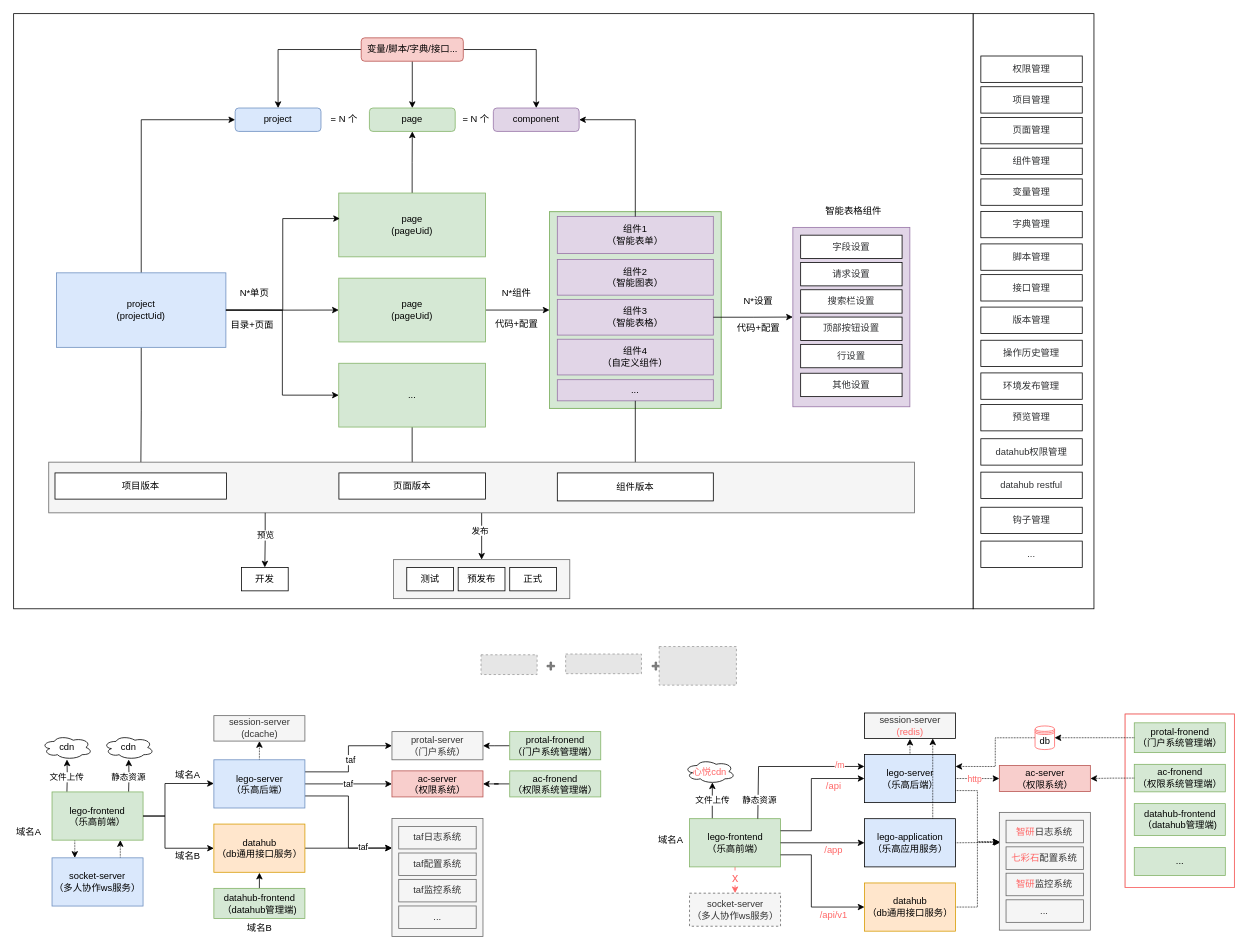
This is lego.drawio from axtrur/resource, a draw.io file, before an edit. Source tidied: cells renumbered, new cells numbered last; positions are measured from the earlier drawing's top-left corner, leaving out a move shared by most shapes. Both pictures are drawn from the tidied source at 78%, with x=0, y=0 at pixel (13, 13). Pictures stored in the file or linked from it are replaced by grey dashed boxes.
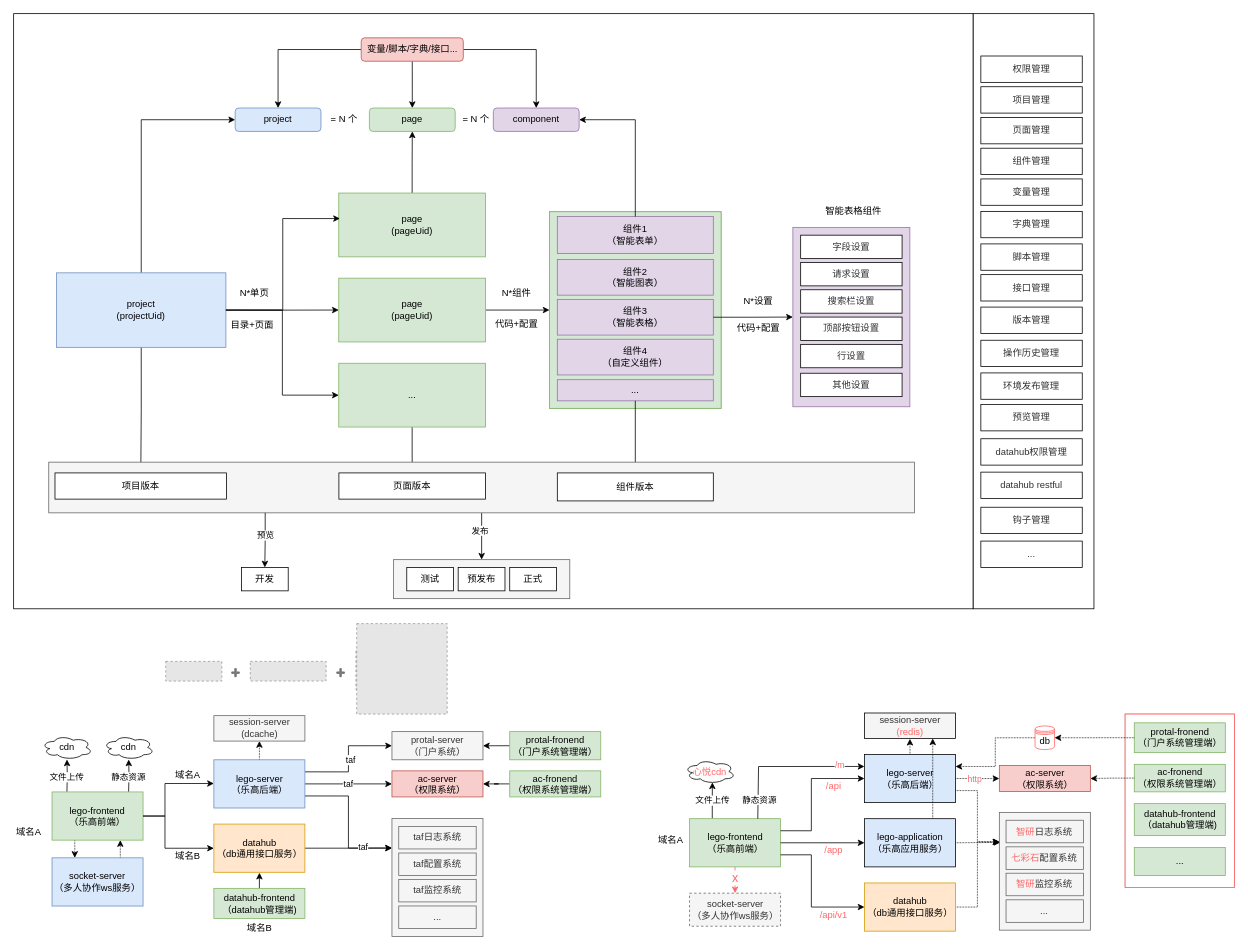
The same page after the edit.

Change to the diagram source:
```diff
@@
     <mxCell id="125" style="fillColor=#E6E6E6;strokeColor=#999999;dashed=1;verticalLabelPosition=bottom;labelBackgroundColor=#ffffff;verticalAlign=top;" parent="1" vertex="1">
-      <mxGeometry x="707.7" y="821" width="97.2" height="25.2" as="geometry" />
+      <mxGeometry x="303.4" y="830.4" width="97.2" height="25.2" as="geometry" />
     </mxCell>
     <mxCell id="126" style="shape=cross;whiteSpace=wrap;html=1;strokeColor=#666666;fontColor=#333333;fillColor=#808080;" parent="1" vertex="1">
-      <mxGeometry x="818.5" y="831.3" width="9.7" height="10.3" as="geometry" />
+      <mxGeometry x="414.3" y="839.7" width="9.7" height="10.3" as="geometry" />
     </mxCell>
     <mxCell id="127" style="fillColor=#E6E6E6;strokeColor=#999999;dashed=1;verticalLabelPosition=bottom;labelBackgroundColor=#ffffff;verticalAlign=top;" parent="1" vertex="1">
-      <mxGeometry x="599.2" y="822" width="71.9" height="25.3" as="geometry" />
+      <mxGeometry x="195" y="830.4" width="71.9" height="25.3" as="geometry" />
     </mxCell>
     <mxCell id="128" style="shape=cross;whiteSpace=wrap;html=1;strokeColor=#666666;fontColor=#333333;fillColor=#808080;" parent="1" vertex="1">
-      <mxGeometry x="683.8" y="831.3" width="9.7" height="10.3" as="geometry" />
+      <mxGeometry x="279.6" y="839.7" width="9.7" height="10.3" as="geometry" />
     </mxCell>
-    <mxCell id="129" style="fillColor=#E6E6E6;strokeColor=#999999;dashed=1;verticalLabelPosition=bottom;labelBackgroundColor=#ffffff;verticalAlign=top;" parent="1" vertex="1">
-      <mxGeometry x="827.6" y="811.4" width="99" height="49.5" as="geometry" />
-    </mxCell>
@@
+    <mxCell id="129" style="fillColor=#E6E6E6;strokeColor=#999999;dashed=1;verticalLabelPosition=bottom;labelBackgroundColor=#ffffff;verticalAlign=top;" parent="1" vertex="1">
+      <mxGeometry x="438.8" y="817.2" width="99" height="49.5" as="geometry" />
+    </mxCell>
+    <mxCell id="168" style="fillColor=#E6E6E6;strokeColor=#999999;dashed=1;verticalLabelPosition=bottom;labelBackgroundColor=#ffffff;verticalAlign=top;" parent="1" vertex="1">
+      <mxGeometry x="439.8" y="782" width="116" height="116" as="geometry" />
+    </mxCell>
```
